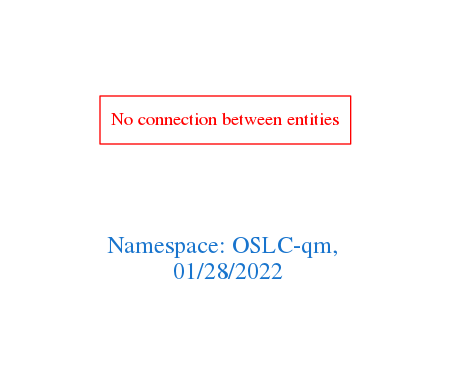
This is downloads/OSLC-qm.png from arago/OGIT, a Graphviz export, as it was before one commit. Its source is kept beside it as downloads/OSLC-qm.dot.
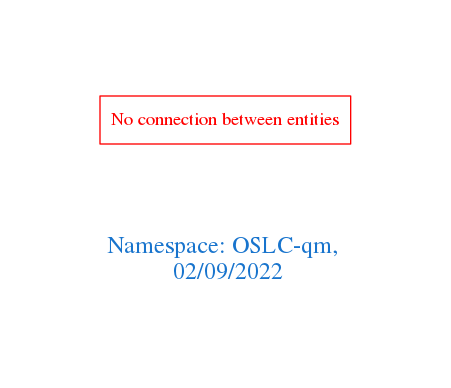
After the change.

Diff of the diagram source:
```diff
@@ -1,7 +1,7 @@
 digraph OGIT_ontology {
  graph [ rankdir= LR,pad=1
 fontsize = 18,
-fontcolor= dodgerblue3,label = "\n\n\nNamespace: OSLC-qm, \n 01/28/2022"];
+fontcolor= dodgerblue3,label = "\n\n\nNamespace: OSLC-qm, \n 02/09/2022"];
 node[shape=polygon];
 edge [  color="gray81"];
 
```
